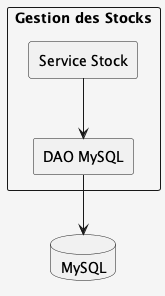
The PlantUML diagram out/docs_lab2/UML/BlockViewLevel2/Niveau2.png in ErwanDerrien/GestionnaireMagasin, before a commit. Its diagram source:
```plantuml
@startuml Niveau2
skinparam {
  BackgroundColor #F5F5F5
  ComponentStyle rectangle
}

component "Gestion des Stocks" as stocks {
  [Service Stock] as service
  [DAO MySQL] as dao
}

database "MySQL" as db


service --> dao
dao --> db
@enduml
```
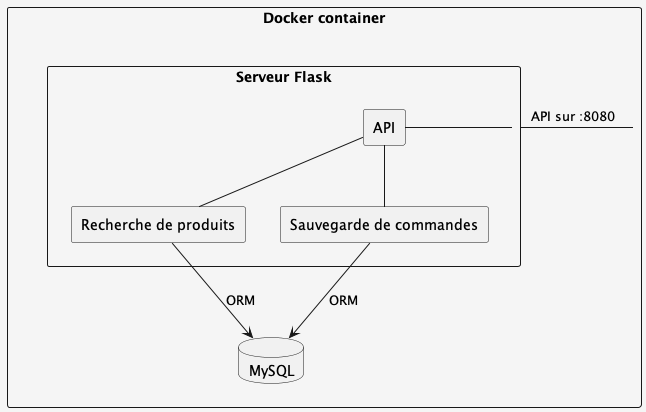
The same file after the commit.

Diff of the diagram source:
```diff
@@ -4,14 +4,19 @@
   ComponentStyle rectangle
 }
 
-component "Gestion des Stocks" as stocks {
-  [Service Stock] as service
-  [DAO MySQL] as dao
+component "Docker container" as dc {
+  component "Serveur Flask" as sf {
+    [API] as api
+    [Recherche de produits] as products
+    [Sauvegarde de commandes] as orders
+  }
+  database "MySQL" as db
 }
 
-database "MySQL" as db
-
-
-service --> dao
-dao --> db
+sf - api
+api -- products
+api -- orders
+products --> db : ORM
+orders --> db : ORM
+sf - dc : API sur :8080
 @enduml
```
